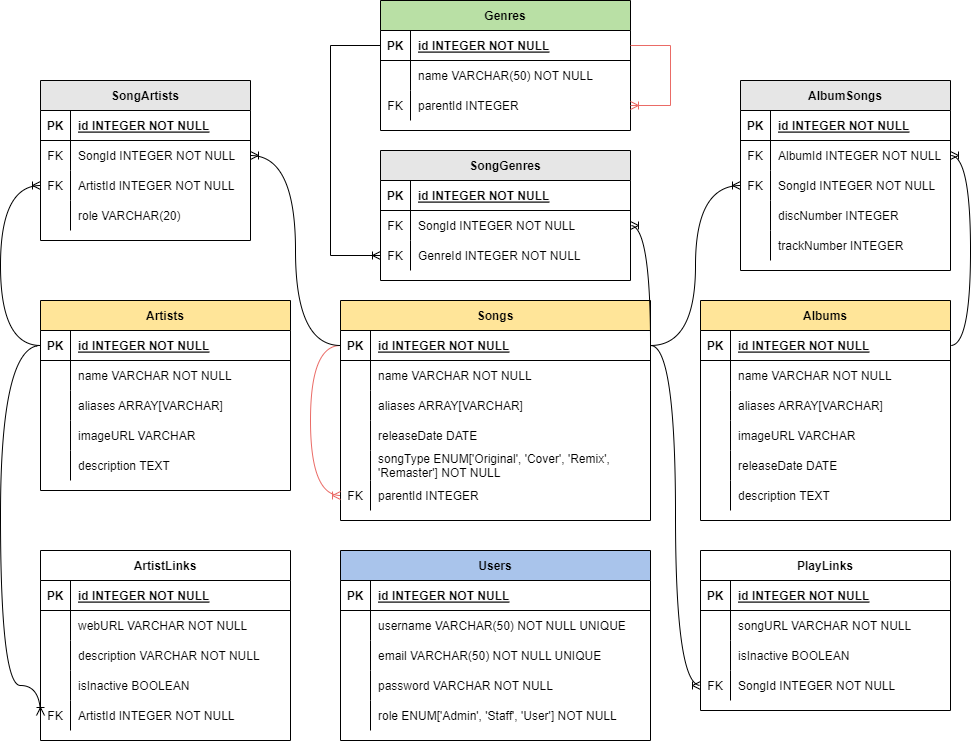
Earlier version of the draw.io export ERD.png (ValYauw/lagu-db-server). Source tidied: cells renumbered, new cells last; positions are measured from the earlier drawing's top-left corner, leaving out a move shared by most shapes.
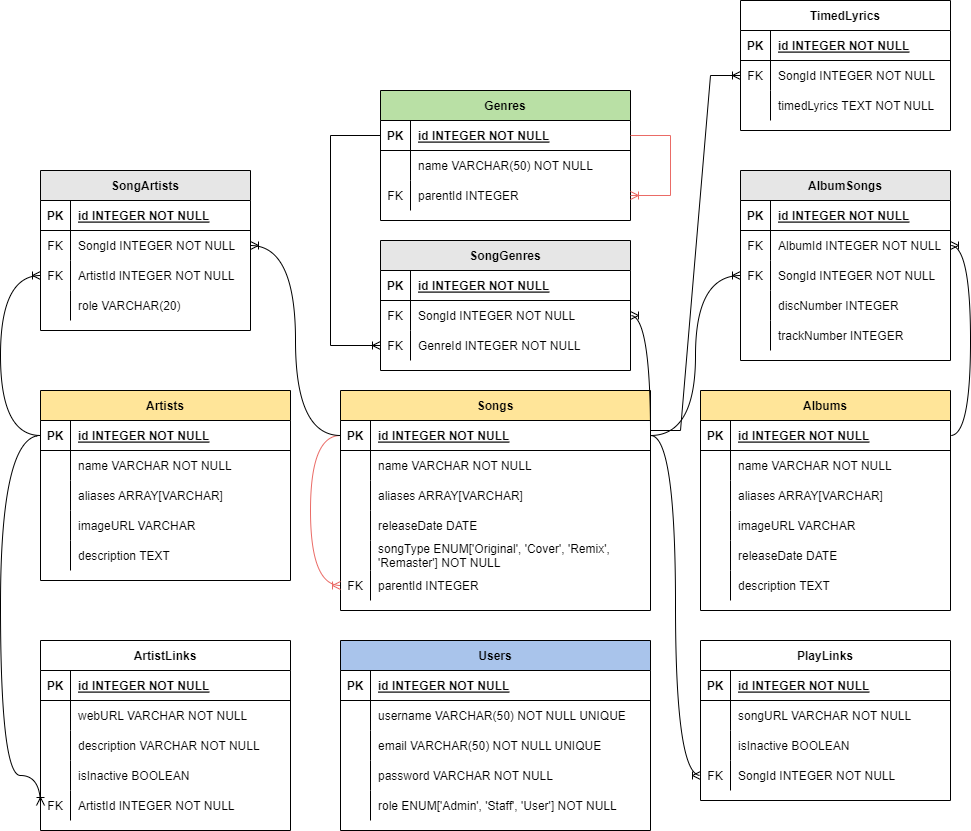
The same file after the commit.

What changed in the source:
```diff
@@ -509,5 +509,44 @@
         </Array>
       </mxGeometry>
     </mxCell>
+    <mxCell id="160" value="TimedLyrics" style="shape=table;startSize=30;rowLines=0;fontStyle=1;align=center;" parent="1" vertex="1">
+      <mxGeometry x="740" y="-90" width="210" height="130" as="geometry" />
+    </mxCell>
+    <mxCell id="161" style="shape=partialRectangle;fillColor=none;top=0;left=0;right=0;bottom=1;" parent="160" vertex="1">
+      <mxGeometry y="30" width="210" height="30" as="geometry" />
+    </mxCell>
+    <mxCell id="162" value="PK" style="shape=partialRectangle;overflow=hidden;fillColor=none;top=0;left=0;bottom=0;right=0;fontStyle=1;" parent="161" vertex="1">
+      <mxGeometry width="30" height="30" as="geometry" />
+    </mxCell>
+    <mxCell id="163" value="id INTEGER NOT NULL" style="shape=partialRectangle;overflow=hidden;fillColor=none;top=0;left=0;bottom=0;right=0;align=left;spacingLeft=6;fontStyle=5;" parent="161" vertex="1">
+      <mxGeometry x="30" width="180" height="30" as="geometry" />
+    </mxCell>
+    <mxCell id="164" style="shape=partialRectangle;fillColor=none;points=[[0,0.5],[1,0.5]];portConstraint=eastwest;top=0;left=0;right=0;bottom=0;" parent="160" vertex="1">
+      <mxGeometry y="60" width="210" height="30" as="geometry" />
+    </mxCell>
+    <mxCell id="165" value="FK" style="shape=partialRectangle;overflow=hidden;fillColor=none;top=0;left=0;bottom=0;right=0;" parent="164" vertex="1">
+      <mxGeometry width="30" height="30" as="geometry" />
+    </mxCell>
+    <mxCell id="166" value="SongId INTEGER NOT NULL" style="shape=partialRectangle;overflow=hidden;fillColor=none;top=0;left=0;bottom=0;right=0;align=left;spacingLeft=6;" parent="164" vertex="1">
+      <mxGeometry x="30" width="180" height="30" as="geometry" />
+    </mxCell>
+    <mxCell id="167" style="shape=partialRectangle;fillColor=none;top=0;left=0;right=0;bottom=0;" parent="160" vertex="1">
+      <mxGeometry y="90" width="210" height="30" as="geometry" />
+    </mxCell>
+    <mxCell id="168" style="shape=partialRectangle;overflow=hidden;fillColor=none;top=0;left=0;bottom=0;right=0;" parent="167" vertex="1">
+      <mxGeometry width="30" height="30" as="geometry" />
+    </mxCell>
+    <mxCell id="169" value="timedLyrics TEXT NOT NULL" style="shape=partialRectangle;overflow=hidden;fillColor=none;top=0;left=0;bottom=0;right=0;align=left;spacingLeft=6;" parent="167" vertex="1">
+      <mxGeometry x="30" width="180" height="30" as="geometry" />
+    </mxCell>
+    <mxCell id="170" style="edgeStyle=entityRelationEdgeStyle;fontSize=12;html=1;endArrow=ERoneToMany;rounded=0;entryX=0;entryY=0.5;entryDx=0;entryDy=0;" parent="1" edge="1" target="164">
+      <mxGeometry relative="1" as="geometry">
+        <mxPoint x="650" y="340" as="sourcePoint" />
+        <Array as="points">
+          <mxPoint x="670" y="160" />
+          <mxPoint x="690" y="270" />
+        </Array>
+      </mxGeometry>
+    </mxCell>
   </root>
 </mxGraphModel>
```
